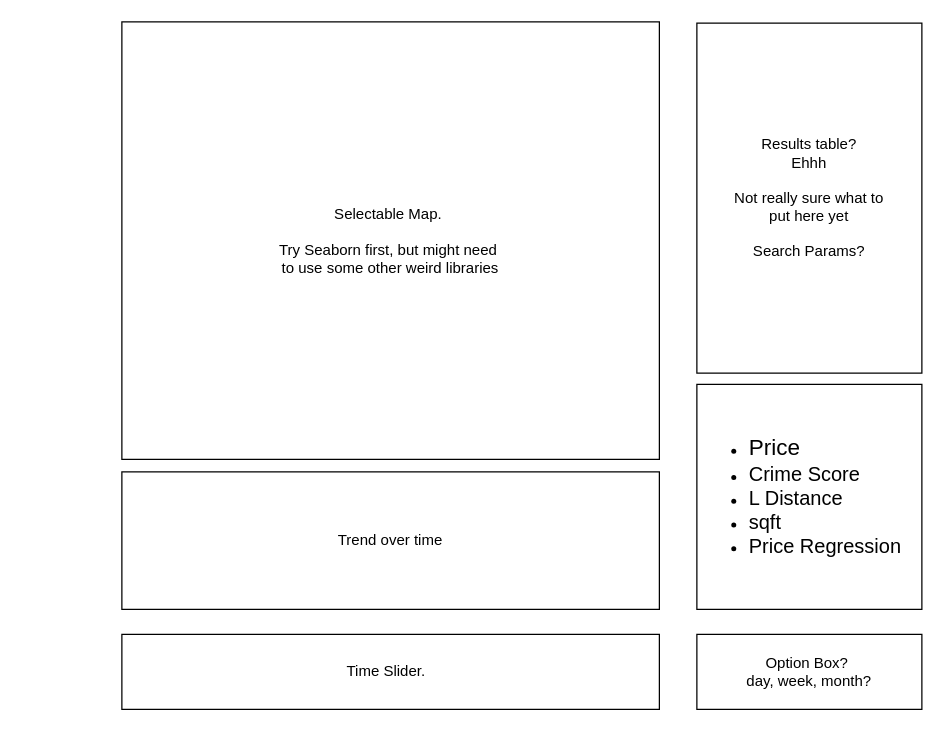
Earlier version of the draw.io diagram scripts/renthousing/explore_idea.drawio (Landcruiser87/housing_search). Source tidied: cells renumbered, new cells numbered last; positions are measured from the earlier drawing's top-left corner, leaving out a move shared by most shapes. Both pictures are drawn from the tidied source at 125%, with x=0, y=0 at pixel (121, 21).
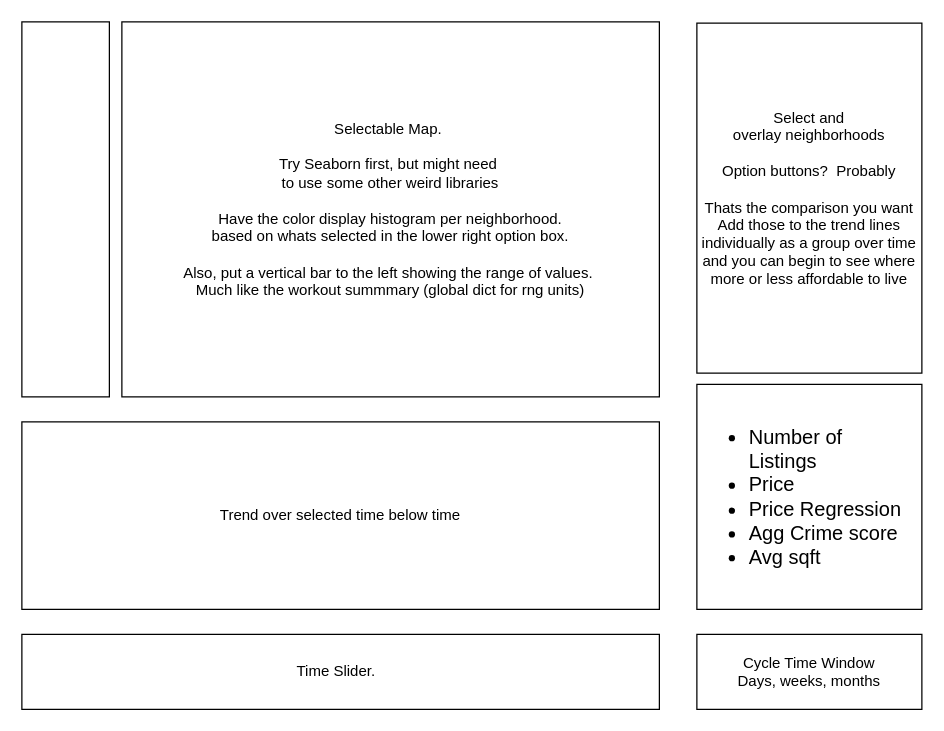
After the change.

Commit message (it also covers changes not shown here):
update rental list and plot outline

Diff of the diagram source:
```diff
@@
 <mxGraphModel>
   <root>
     <mxCell id="0" />
     <mxCell id="1" parent="0" />
-    <mxCell id="2" value="Selectable Map.&amp;nbsp;&lt;br&gt;&lt;br&gt;Try Seaborn first, but might need&amp;nbsp;&lt;br&gt;to use some other weird libraries&lt;br&gt;" style="rounded=0;whiteSpace=wrap;html=1;" parent="1" vertex="1">
-      <mxGeometry width="430" height="350" as="geometry" />
+    <mxCell id="2" value="Selectable Map.&amp;nbsp;&lt;br&gt;&lt;br&gt;Try Seaborn first, but might need&amp;nbsp;&lt;br&gt;to use some other weird libraries&lt;br&gt;&lt;br&gt;Have the color display histogram per neighborhood. &lt;br&gt;based on whats selected in the lower right option box.&lt;br&gt;&lt;br&gt;Also, put a vertical bar to the left showing the range of values.&amp;nbsp; &lt;br&gt;Much like the workout summmary (global dict for rng units)" style="rounded=0;whiteSpace=wrap;html=1;" parent="1" vertex="1">
+      <mxGeometry width="430" height="300" as="geometry" />
     </mxCell>
     <mxCell id="3" value="Time Slider.&amp;nbsp;&amp;nbsp;" style="rounded=0;whiteSpace=wrap;html=1;" parent="1" vertex="1">
-      <mxGeometry y="490" width="430" height="60" as="geometry" />
+      <mxGeometry x="-80" y="490" width="510" height="60" as="geometry" />
     </mxCell>
     <mxCell id="4" style="rounded=0;whiteSpace=wrap;html=1;" parent="1" vertex="1">
       <mxGeometry x="460" y="290" width="180" height="180" as="geometry" />
     </mxCell>
-    <mxCell id="5" value="Results table?&lt;br&gt;Ehhh&lt;br&gt;&lt;br&gt;Not really sure what to&lt;br&gt;put here yet&lt;br&gt;&lt;br&gt;Search Params?" style="rounded=0;whiteSpace=wrap;html=1;" parent="1" vertex="1">
+    <mxCell id="5" value="Select and &lt;br&gt;overlay neighborhoods&lt;br&gt;&lt;br&gt;Option buttons?&amp;nbsp; Probably&lt;br&gt;&lt;br&gt;Thats the comparison you want&lt;br&gt;Add those to the trend lines individually as a group over time and you can begin to see where more or less affordable to live" style="rounded=0;whiteSpace=wrap;html=1;" parent="1" vertex="1">
       <mxGeometry x="460" y="1" width="180" height="280" as="geometry" />
     </mxCell>
-    <mxCell id="6" value="Option Box?&amp;nbsp; &lt;br&gt;day, week, month?" style="rounded=0;whiteSpace=wrap;html=1;" parent="1" vertex="1">
-      <mxGeometry x="460" y="490" width="180" height="60" as="geometry" />
-    </mxCell>
-    <mxCell id="7" value="&lt;ul&gt;&lt;li&gt;&lt;font style=&quot;font-size: 18px;&quot;&gt;Price&lt;/font&gt;&lt;/li&gt;&lt;li&gt;&lt;font size=&quot;3&quot;&gt;Crime Score&lt;/font&gt;&lt;/li&gt;&lt;li&gt;&lt;font size=&quot;3&quot;&gt;L Distance&lt;/font&gt;&lt;/li&gt;&lt;li&gt;&lt;font size=&quot;3&quot;&gt;sqft&lt;/font&gt;&lt;/li&gt;&lt;li&gt;&lt;font size=&quot;3&quot;&gt;Price Regression&lt;/font&gt;&lt;/li&gt;&lt;/ul&gt;" style="text;strokeColor=none;fillColor=none;html=1;whiteSpace=wrap;verticalAlign=middle;overflow=hidden;" parent="1" vertex="1">
-      <mxGeometry x="460" y="290" width="180" height="180" as="geometry" />
+    <mxCell id="7" value="&lt;ul style=&quot;font-size: 16px;&quot;&gt;&lt;li&gt;&lt;span style=&quot;background-color: initial;&quot;&gt;Number of Listings&lt;/span&gt;&lt;br&gt;&lt;/li&gt;&lt;li&gt;&lt;span style=&quot;background-color: initial;&quot;&gt;Price&lt;/span&gt;&lt;/li&gt;&lt;li&gt;&lt;font style=&quot;font-size: 16px;&quot;&gt;Price Regression&lt;/font&gt;&lt;/li&gt;&lt;li&gt;&lt;font style=&quot;font-size: 16px;&quot;&gt;Agg Crime score&lt;/font&gt;&lt;/li&gt;&lt;li&gt;&lt;font style=&quot;font-size: 16px;&quot;&gt;Avg sqft&lt;/font&gt;&lt;/li&gt;&lt;/ul&gt;" style="text;strokeColor=none;fillColor=none;html=1;whiteSpace=wrap;verticalAlign=middle;overflow=hidden;" parent="1" vertex="1">
+      <mxGeometry x="460" y="290" width="170" height="180" as="geometry" />
     </mxCell>
-    <mxCell id="8" value="Trend over time" style="rounded=0;whiteSpace=wrap;html=1;" parent="1" vertex="1">
-      <mxGeometry y="360" width="430" height="110" as="geometry" />
+    <mxCell id="8" value="Trend over selected time below time" style="rounded=0;whiteSpace=wrap;html=1;" parent="1" vertex="1">
+      <mxGeometry x="-80" y="320" width="510" height="150" as="geometry" />
     </mxCell>
+    <mxCell id="9" style="rounded=0;whiteSpace=wrap;html=1;" parent="1" vertex="1">
+      <mxGeometry x="-80" width="70" height="300" as="geometry" />
+    </mxCell>
+    <mxCell id="10" value="Cycle Time Window&lt;br&gt;Days, weeks, months" style="rounded=0;whiteSpace=wrap;html=1;" parent="1" vertex="1">
+      <mxGeometry x="460" y="490" width="180" height="60" as="geometry" />
+    </mxCell>
   </root>
 </mxGraphModel>
```
